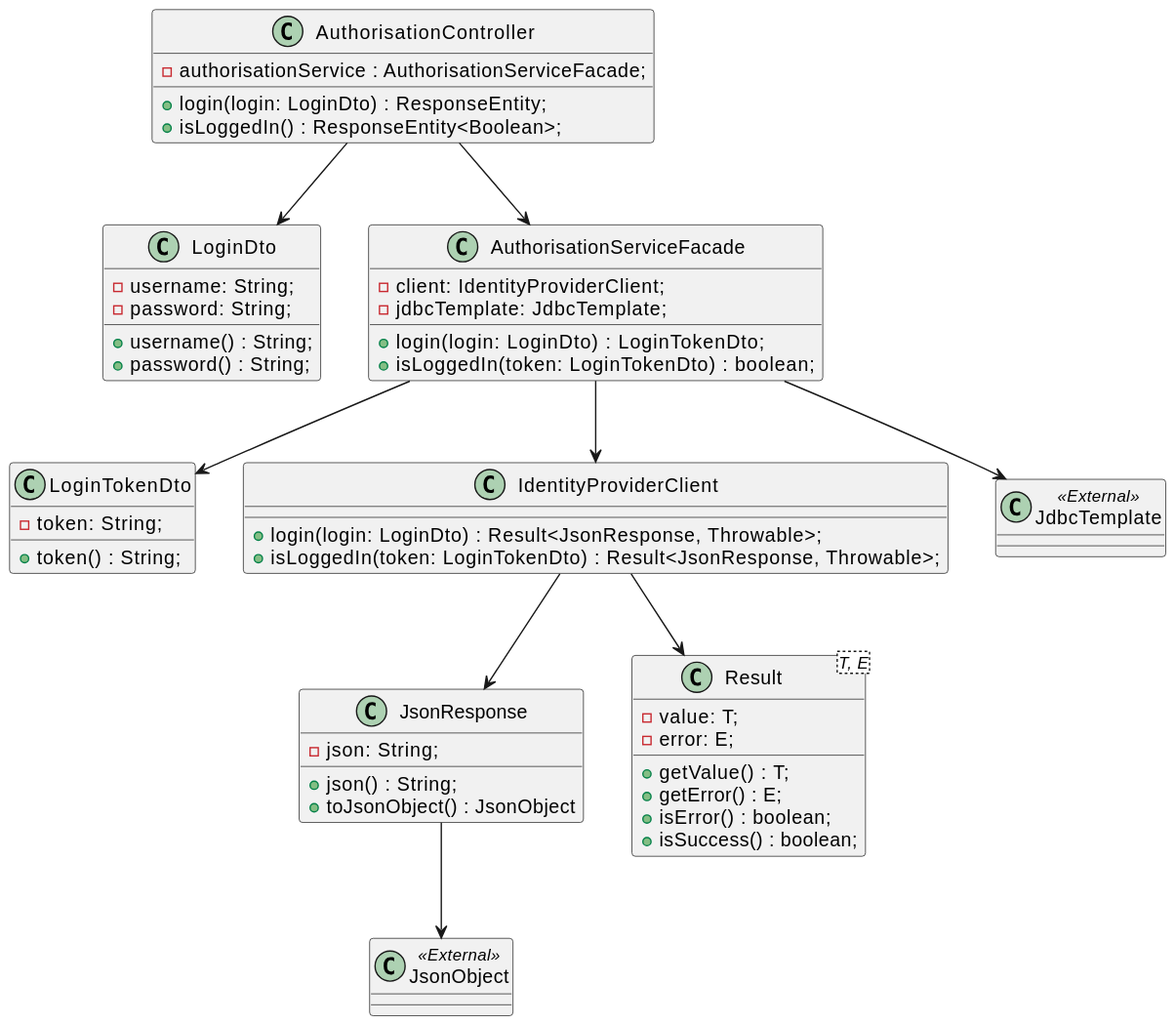
AIM-ENE-feb25/triptop-groep-b3 keeps this PlantUML diagram as software-guidebook/resources/facade-class-diagram.svg. Above is the earlier version.
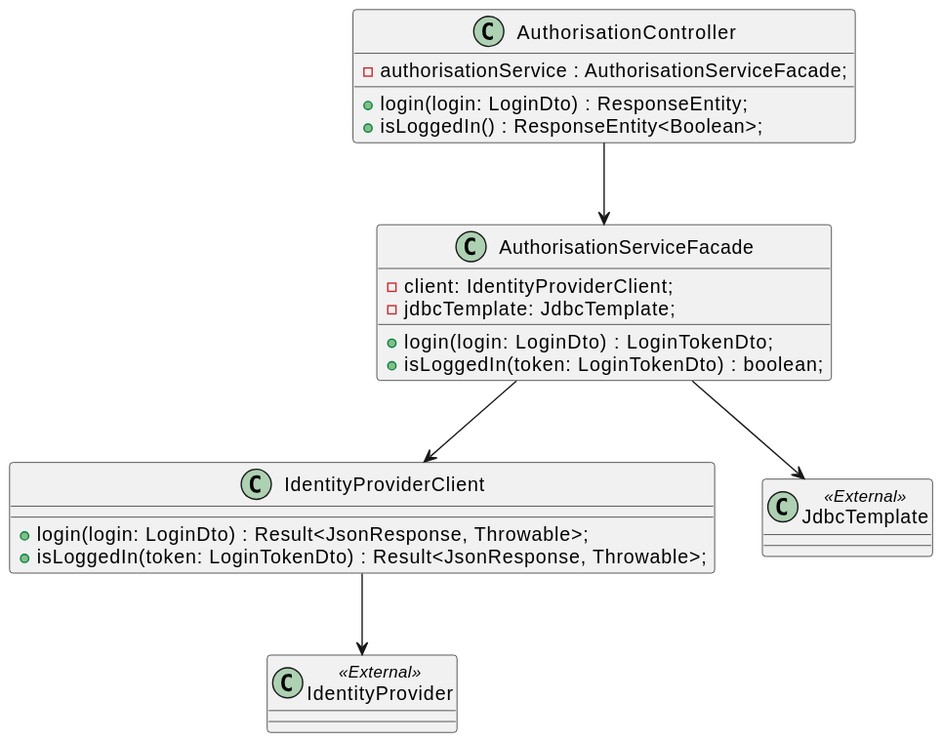
The same diagram one commit later.

Change to the diagram source:
```diff
@@ -1,28 +1,4 @@
 @startuml
-
-class LoginDto {
-    - username: String;
-    - password: String;
-
-    + username() : String;
-    + password() : String;
-}
-
-class JsonObject <<External>> {
-}
-
-class JsonResponse {
-    - json: String;
-
-    + json() : String;
-    + toJsonObject() : JsonObject
-}
-
-class LoginTokenDto {
-    - token: String;
-
-    + token() : String;
-}
 
 class AuthorisationController {
     - authorisationService : AuthorisationServiceFacade;
@@ -44,27 +20,16 @@
     + isLoggedIn(token: LoginTokenDto) : Result<JsonResponse, Throwable>;
 }
 
-class Result<T, E> {
-    - value: T;
-    - error: E;
 
-    + getValue() : T;
-    + getError() : E;
-    + isError() : boolean;
-    + isSuccess() : boolean;
+class JdbcTemplate <<External>> {
 }
 
-class JdbcTemplate <<External>> {
+class IdentityProvider <<External>> {
 }
 
 AuthorisationController --> AuthorisationServiceFacade
 AuthorisationServiceFacade --> IdentityProviderClient
 AuthorisationServiceFacade --> JdbcTemplate
 
-AuthorisationController --> LoginDto
-AuthorisationServiceFacade --> LoginTokenDto
-IdentityProviderClient --> JsonResponse
-IdentityProviderClient --> Result
-
-JsonResponse --> JsonObject
+IdentityProviderClient --> IdentityProvider
 @enduml
```
